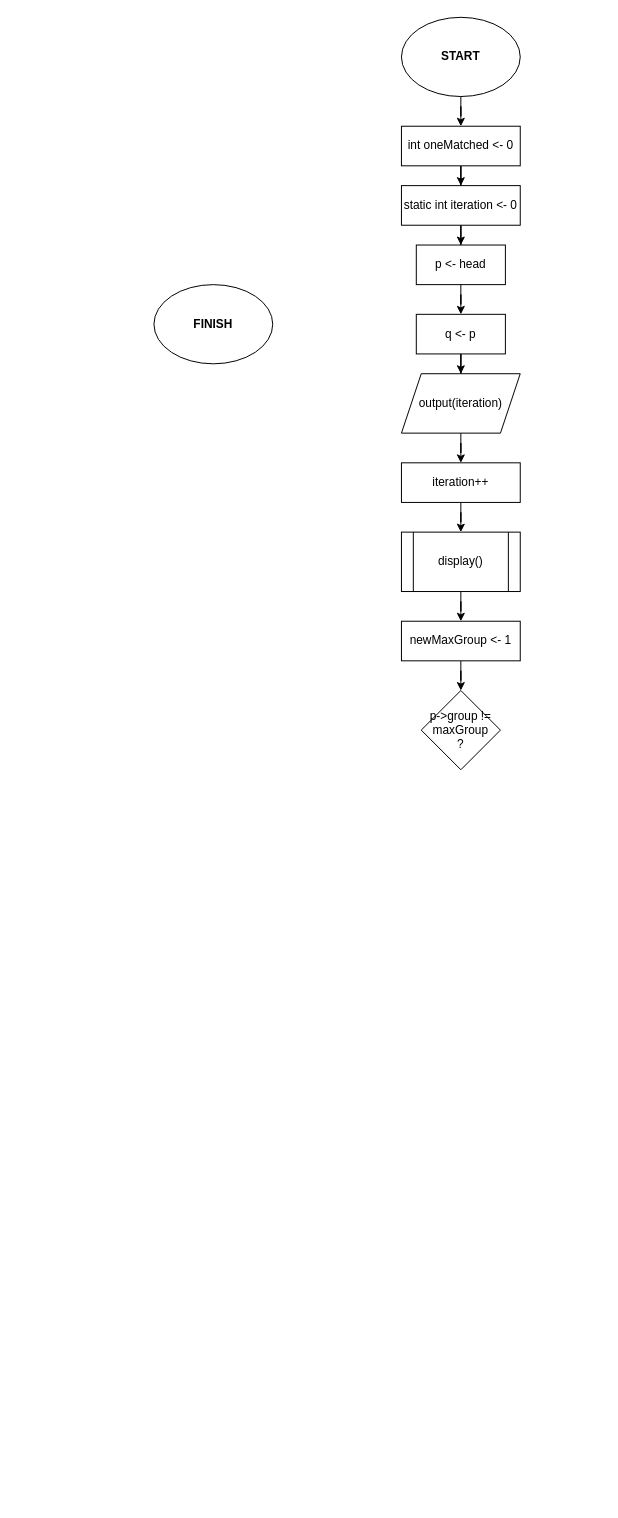
Above: dll/flowchart/pair.drawio in bostang/logicMinimization (draw.io), before the change. Source tidied: cells renumbered, new cells numbered last; positions are measured from the earlier drawing's top-left corner, leaving out a move shared by most shapes. Both pictures are drawn from the tidied source at 99%, with x=0, y=0 at pixel (153, 17).
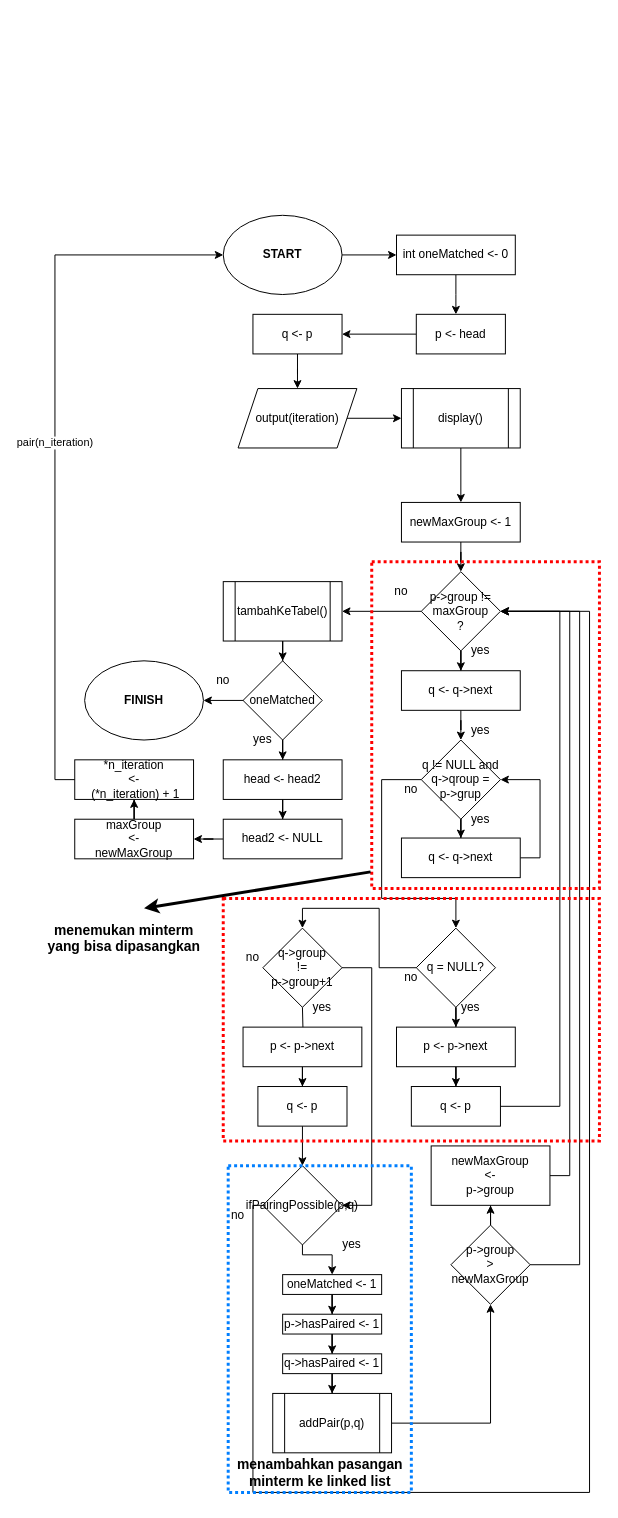
Above is the later version.

What changed in the source:
```diff
@@
     <mxCell id="3" value="&lt;b&gt;START&lt;/b&gt;" style="ellipse;whiteSpace=wrap;html=1;" parent="1" vertex="1">
-      <mxGeometry x="250" width="120" height="80" as="geometry" />
+      <mxGeometry x="70" y="200" width="120" height="80" as="geometry" />
     </mxCell>
     <mxCell id="4" value="&lt;b&gt;FINISH&lt;/b&gt;" style="ellipse;whiteSpace=wrap;html=1;" parent="1" vertex="1">
-      <mxGeometry y="270" width="120" height="80" as="geometry" />
+      <mxGeometry x="-70" y="650" width="120" height="80" as="geometry" />
     </mxCell>
-    <mxCell id="5" style="edgeStyle=orthogonalEdgeStyle;rounded=0;jettySize=auto;html=1;" parent="1" edge="1" source="6" target="8">
-      <mxGeometry relative="1" as="geometry" />
+    <mxCell id="5" style="edgeStyle=orthogonalEdgeStyle;rounded=0;jettySize=auto;html=1;" parent="1" edge="1" source="6">
+      <mxGeometry relative="1" as="geometry">
+        <mxPoint x="305" y="300" as="targetPoint" />
+      </mxGeometry>
     </mxCell>
     <mxCell id="6" value="int oneMatched &amp;lt;- 0" style="rounded=0;whiteSpace=wrap;html=1;" parent="1" vertex="1">
-      <mxGeometry x="250" y="110" width="120" height="40" as="geometry" />
+      <mxGeometry x="245" y="220" width="120" height="40" as="geometry" />
     </mxCell>
-    <mxCell id="7" style="edgeStyle=orthogonalEdgeStyle;rounded=0;jettySize=auto;html=1;" parent="1" edge="1" source="8" target="10">
-      <mxGeometry relative="1" as="geometry" />
-    </mxCell>
-    <mxCell id="8" value="static int iteration &amp;lt;- 0" style="rounded=0;whiteSpace=wrap;html=1;" parent="1" vertex="1">
-      <mxGeometry x="250" y="170" width="120" height="40" as="geometry" />
-    </mxCell>
@@
     <mxCell id="10" value="p &amp;lt;- head" style="rounded=0;whiteSpace=wrap;html=1;" parent="1" vertex="1">
-      <mxGeometry x="265" y="230" width="90" height="40" as="geometry" />
+      <mxGeometry x="265" y="300" width="90" height="40" as="geometry" />
     </mxCell>
@@
     <mxCell id="12" value="q &amp;lt;- p" style="rounded=0;whiteSpace=wrap;html=1;" parent="1" vertex="1">
-      <mxGeometry x="265" y="300" width="90" height="40" as="geometry" />
+      <mxGeometry x="100" y="300" width="90" height="40" as="geometry" />
     </mxCell>
-    <mxCell id="13" style="edgeStyle=orthogonalEdgeStyle;rounded=0;jettySize=auto;html=1;" parent="1" edge="1" source="14" target="16">
-      <mxGeometry relative="1" as="geometry" />
-    </mxCell>
+    <mxCell id="22" style="edgeStyle=orthogonalEdgeStyle;rounded=0;jettySize=auto;html=1;" parent="1" edge="1" source="14" target="18">
+      <mxGeometry relative="1" as="geometry" />
+    </mxCell>
     <mxCell id="14" value="output(iteration)" style="shape=parallelogram;perimeter=parallelogramPerimeter;whiteSpace=wrap;html=1;fixedSize=1;" parent="1" vertex="1">
-      <mxGeometry x="250" y="360" width="120" height="60" as="geometry" />
+      <mxGeometry x="85" y="375" width="120" height="60" as="geometry" />
     </mxCell>
-    <mxCell id="15" style="edgeStyle=orthogonalEdgeStyle;rounded=0;jettySize=auto;html=1;" parent="1" edge="1" source="16" target="18">
-      <mxGeometry relative="1" as="geometry" />
-    </mxCell>
-    <mxCell id="16" value="iteration++" style="rounded=0;whiteSpace=wrap;html=1;" parent="1" vertex="1">
-      <mxGeometry x="250" y="450" width="120" height="40" as="geometry" />
-    </mxCell>
@@
     <mxCell id="18" value="display()" style="shape=process;whiteSpace=wrap;html=1;backgroundOutline=1;" parent="1" vertex="1">
-      <mxGeometry x="250" y="520" width="120" height="60" as="geometry" />
+      <mxGeometry x="250" y="375" width="120" height="60" as="geometry" />
     </mxCell>
@@
     <mxCell id="20" value="newMaxGroup &amp;lt;- 1" style="rounded=0;whiteSpace=wrap;html=1;" parent="1" vertex="1">
-      <mxGeometry x="250" y="610" width="120" height="40" as="geometry" />
+      <mxGeometry x="250" y="490" width="120" height="40" as="geometry" />
     </mxCell>
+    <mxCell id="23" style="edgeStyle=orthogonalEdgeStyle;rounded=0;jettySize=auto;html=1;" parent="1" edge="1" source="21" target="26">
+      <mxGeometry relative="1" as="geometry" />
+    </mxCell>
+    <mxCell id="24" style="edgeStyle=orthogonalEdgeStyle;rounded=0;jettySize=auto;html=1;" parent="1" edge="1" source="21" target="69">
+      <mxGeometry relative="1" as="geometry" />
+    </mxCell>
     <mxCell id="21" value="p-&amp;gt;group !=&lt;br&gt;maxGroup&lt;br&gt;?" style="rhombus;whiteSpace=wrap;html=1;" parent="1" vertex="1">
-      <mxGeometry x="270" y="680" width="80" height="80" as="geometry" />
+      <mxGeometry x="270" y="560" width="80" height="80" as="geometry" />
     </mxCell>
+    <mxCell id="25" style="edgeStyle=orthogonalEdgeStyle;rounded=0;jettySize=auto;html=1;" parent="1" edge="1" source="26" target="29">
+      <mxGeometry relative="1" as="geometry" />
+    </mxCell>
+    <mxCell id="26" value="q &amp;lt;- q-&amp;gt;next" style="rounded=0;whiteSpace=wrap;html=1;" parent="1" vertex="1">
+      <mxGeometry x="250" y="660" width="120" height="40" as="geometry" />
+    </mxCell>
+    <mxCell id="27" style="edgeStyle=orthogonalEdgeStyle;rounded=0;jettySize=auto;html=1;" parent="1" edge="1" source="29" target="33">
+      <mxGeometry relative="1" as="geometry" />
+    </mxCell>
+    <mxCell id="28" style="edgeStyle=orthogonalEdgeStyle;rounded=0;jettySize=auto;html=1;exitX=0;exitY=0.5;exitDx=0;exitDy=0;" parent="1" edge="1" source="29" target="36">
+      <mxGeometry relative="1" as="geometry">
+        <Array as="points">
+          <mxPoint x="230" y="770" />
+          <mxPoint x="230" y="890" />
+          <mxPoint x="305" y="890" />
+        </Array>
+      </mxGeometry>
+    </mxCell>
+    <mxCell id="29" value="q != NULL and&lt;br&gt;q-&amp;gt;qroup = &lt;br&gt;p-&amp;gt;grup" style="rhombus;whiteSpace=wrap;html=1;" parent="1" vertex="1">
+      <mxGeometry x="270" y="730" width="80" height="80" as="geometry" />
+    </mxCell>
+    <mxCell id="30" value="yes" style="text;html=1;strokeColor=none;fillColor=none;align=center;verticalAlign=middle;whiteSpace=wrap;rounded=0;" parent="1" vertex="1">
+      <mxGeometry x="310" y="630" width="40" height="20" as="geometry" />
+    </mxCell>
+    <mxCell id="31" value="yes" style="text;html=1;strokeColor=none;fillColor=none;align=center;verticalAlign=middle;whiteSpace=wrap;rounded=0;" parent="1" vertex="1">
+      <mxGeometry x="310" y="710" width="40" height="20" as="geometry" />
+    </mxCell>
+    <mxCell id="32" style="edgeStyle=orthogonalEdgeStyle;rounded=0;jettySize=auto;html=1;exitX=1;exitY=0.5;exitDx=0;exitDy=0;entryX=1;entryY=0.5;entryDx=0;entryDy=0;" parent="1" edge="1" source="33" target="29">
+      <mxGeometry relative="1" as="geometry" />
+    </mxCell>
+    <mxCell id="33" value="q &amp;lt;- q-&amp;gt;next" style="rounded=0;whiteSpace=wrap;html=1;" parent="1" vertex="1">
+      <mxGeometry x="250" y="829" width="120" height="40" as="geometry" />
+    </mxCell>
+    <mxCell id="34" style="edgeStyle=orthogonalEdgeStyle;rounded=0;jettySize=auto;html=1;" parent="1" edge="1" source="36" target="38">
+      <mxGeometry relative="1" as="geometry" />
+    </mxCell>
+    <mxCell id="35" style="edgeStyle=orthogonalEdgeStyle;rounded=0;jettySize=auto;html=1;entryX=0.5;entryY=0;entryDx=0;entryDy=0;" parent="1" edge="1" source="36" target="42">
+      <mxGeometry relative="1" as="geometry" />
+    </mxCell>
+    <mxCell id="36" value="q = NULL?" style="rhombus;whiteSpace=wrap;html=1;" parent="1" vertex="1">
+      <mxGeometry x="265" y="920" width="80" height="80" as="geometry" />
+    </mxCell>
+    <mxCell id="37" style="edgeStyle=orthogonalEdgeStyle;rounded=0;jettySize=auto;html=1;" parent="1" edge="1" source="38" target="40">
+      <mxGeometry relative="1" as="geometry" />
+    </mxCell>
+    <mxCell id="38" value="p &amp;lt;- p-&amp;gt;next" style="rounded=0;whiteSpace=wrap;html=1;" parent="1" vertex="1">
+      <mxGeometry x="245" y="1020" width="120" height="40" as="geometry" />
+    </mxCell>
+    <mxCell id="39" style="edgeStyle=orthogonalEdgeStyle;rounded=0;jettySize=auto;html=1;exitX=1;exitY=0.5;exitDx=0;exitDy=0;entryX=1;entryY=0.5;entryDx=0;entryDy=0;" parent="1" edge="1" source="40" target="21">
+      <mxGeometry relative="1" as="geometry">
+        <Array as="points">
+          <mxPoint x="410" y="1100" />
+          <mxPoint x="410" y="600" />
+        </Array>
+      </mxGeometry>
+    </mxCell>
+    <mxCell id="40" value="q &amp;lt;- p" style="rounded=0;whiteSpace=wrap;html=1;" parent="1" vertex="1">
+      <mxGeometry x="260" y="1080" width="90" height="40" as="geometry" />
+    </mxCell>
+    <mxCell id="41" style="edgeStyle=orthogonalEdgeStyle;rounded=0;jettySize=auto;html=1;exitX=1;exitY=0.5;exitDx=0;exitDy=0;entryX=1;entryY=0.5;entryDx=0;entryDy=0;" parent="1" edge="1" source="42" target="50">
+      <mxGeometry relative="1" as="geometry">
+        <Array as="points">
+          <mxPoint x="220" y="960" />
+          <mxPoint x="220" y="1200" />
+        </Array>
+      </mxGeometry>
+    </mxCell>
+    <mxCell id="42" value="q-&amp;gt;group&lt;br&gt;!=&lt;br&gt;p-&amp;gt;group+1" style="rhombus;whiteSpace=wrap;html=1;" parent="1" vertex="1">
+      <mxGeometry x="110" y="920" width="80" height="80" as="geometry" />
+    </mxCell>
+    <mxCell id="43" style="edgeStyle=orthogonalEdgeStyle;rounded=0;jettySize=auto;html=1;" parent="1" edge="1" target="45">
+      <mxGeometry relative="1" as="geometry">
+        <mxPoint x="150" y="1000" as="sourcePoint" />
+      </mxGeometry>
+    </mxCell>
+    <mxCell id="44" style="edgeStyle=orthogonalEdgeStyle;rounded=0;jettySize=auto;html=1;" parent="1" edge="1" source="45" target="47">
+      <mxGeometry relative="1" as="geometry" />
+    </mxCell>
+    <mxCell id="45" value="p &amp;lt;- p-&amp;gt;next" style="rounded=0;whiteSpace=wrap;html=1;" parent="1" vertex="1">
+      <mxGeometry x="90" y="1020" width="120" height="40" as="geometry" />
+    </mxCell>
+    <mxCell id="46" style="edgeStyle=orthogonalEdgeStyle;rounded=0;jettySize=auto;html=1;" parent="1" edge="1" source="47" target="50">
+      <mxGeometry relative="1" as="geometry" />
+    </mxCell>
+    <mxCell id="47" value="q &amp;lt;- p" style="rounded=0;whiteSpace=wrap;html=1;" parent="1" vertex="1">
+      <mxGeometry x="105" y="1080" width="90" height="40" as="geometry" />
+    </mxCell>
+    <mxCell id="48" style="edgeStyle=orthogonalEdgeStyle;rounded=0;jettySize=auto;html=1;" parent="1" edge="1" source="50" target="52">
+      <mxGeometry relative="1" as="geometry">
+        <Array as="points">
+          <mxPoint x="150" y="1250" />
+          <mxPoint x="180" y="1250" />
+        </Array>
+      </mxGeometry>
+    </mxCell>
+    <mxCell id="49" style="edgeStyle=orthogonalEdgeStyle;rounded=0;jettySize=auto;html=1;entryX=1;entryY=0.5;entryDx=0;entryDy=0;" parent="1" edge="1" target="21">
+      <mxGeometry relative="1" as="geometry">
+        <mxPoint x="110" y="1200" as="sourcePoint" />
+        <Array as="points">
+          <mxPoint x="100" y="1200" />
+          <mxPoint x="100" y="1490" />
+          <mxPoint x="440" y="1490" />
+          <mxPoint x="440" y="600" />
+        </Array>
+      </mxGeometry>
+    </mxCell>
+    <mxCell id="50" value="ifPairingPossible(p,q)" style="rhombus;whiteSpace=wrap;html=1;" parent="1" vertex="1">
+      <mxGeometry x="110" y="1160" width="80" height="80" as="geometry" />
+    </mxCell>
+    <mxCell id="51" style="edgeStyle=orthogonalEdgeStyle;rounded=0;jettySize=auto;html=1;" parent="1" edge="1" source="52" target="54">
+      <mxGeometry relative="1" as="geometry" />
+    </mxCell>
+    <mxCell id="52" value="oneMatched &amp;lt;- 1" style="rounded=0;whiteSpace=wrap;html=1;" parent="1" vertex="1">
+      <mxGeometry x="130" y="1270" width="100" height="20" as="geometry" />
+    </mxCell>
+    <mxCell id="53" style="edgeStyle=orthogonalEdgeStyle;rounded=0;jettySize=auto;html=1;" parent="1" edge="1" source="54" target="56">
+      <mxGeometry relative="1" as="geometry" />
+    </mxCell>
+    <mxCell id="54" value="p-&amp;gt;hasPaired &amp;lt;- 1" style="rounded=0;whiteSpace=wrap;html=1;" parent="1" vertex="1">
+      <mxGeometry x="130" y="1310" width="100" height="20" as="geometry" />
+    </mxCell>
+    <mxCell id="55" style="edgeStyle=orthogonalEdgeStyle;rounded=0;jettySize=auto;html=1;" parent="1" edge="1" source="56" target="58">
+      <mxGeometry relative="1" as="geometry" />
+    </mxCell>
+    <mxCell id="56" value="q-&amp;gt;hasPaired &amp;lt;- 1" style="rounded=0;whiteSpace=wrap;html=1;" parent="1" vertex="1">
+      <mxGeometry x="130" y="1350" width="100" height="20" as="geometry" />
+    </mxCell>
+    <mxCell id="57" style="edgeStyle=orthogonalEdgeStyle;rounded=0;jettySize=auto;html=1;" parent="1" edge="1" source="58" target="61">
+      <mxGeometry relative="1" as="geometry" />
+    </mxCell>
+    <mxCell id="58" value="addPair(p,q)" style="shape=process;whiteSpace=wrap;html=1;backgroundOutline=1;" parent="1" vertex="1">
+      <mxGeometry x="120" y="1390" width="120" height="60" as="geometry" />
+    </mxCell>
+    <mxCell id="59" style="edgeStyle=orthogonalEdgeStyle;rounded=0;jettySize=auto;html=1;" parent="1" edge="1" source="61" target="63">
+      <mxGeometry relative="1" as="geometry" />
+    </mxCell>
+    <mxCell id="60" style="edgeStyle=orthogonalEdgeStyle;rounded=0;jettySize=auto;html=1;exitX=1;exitY=0.5;exitDx=0;exitDy=0;entryX=1;entryY=0.5;entryDx=0;entryDy=0;" parent="1" edge="1" source="61" target="21">
+      <mxGeometry relative="1" as="geometry">
+        <Array as="points">
+          <mxPoint x="430" y="1260" />
+          <mxPoint x="430" y="600" />
+        </Array>
+      </mxGeometry>
+    </mxCell>
+    <mxCell id="61" value="p-&amp;gt;group&lt;br&gt;&amp;gt;&lt;br&gt;newMaxGroup" style="rhombus;whiteSpace=wrap;html=1;" parent="1" vertex="1">
+      <mxGeometry x="300" y="1220" width="80" height="80" as="geometry" />
+    </mxCell>
+    <mxCell id="62" style="edgeStyle=orthogonalEdgeStyle;rounded=0;jettySize=auto;html=1;exitX=1;exitY=0.5;exitDx=0;exitDy=0;entryX=1;entryY=0.5;entryDx=0;entryDy=0;" parent="1" edge="1" source="63" target="21">
+      <mxGeometry relative="1" as="geometry" />
+    </mxCell>
+    <mxCell id="63" value="newMaxGroup&lt;br&gt;&amp;lt;- &lt;br&gt;p-&amp;gt;group" style="whiteSpace=wrap;html=1;" parent="1" vertex="1">
+      <mxGeometry x="280" y="1140" width="120" height="60" as="geometry" />
+    </mxCell>
+    <mxCell id="64" value="yes" style="text;html=1;strokeColor=none;fillColor=none;align=center;verticalAlign=middle;whiteSpace=wrap;rounded=0;" parent="1" vertex="1">
+      <mxGeometry x="310" y="800" width="40" height="20" as="geometry" />
+    </mxCell>
+    <mxCell id="65" value="no" style="text;html=1;strokeColor=none;fillColor=none;align=center;verticalAlign=middle;whiteSpace=wrap;rounded=0;" parent="1" vertex="1">
+      <mxGeometry x="240" y="770" width="40" height="20" as="geometry" />
+    </mxCell>
+    <mxCell id="66" value="no" style="text;html=1;strokeColor=none;fillColor=none;align=center;verticalAlign=middle;whiteSpace=wrap;rounded=0;" parent="1" vertex="1">
+      <mxGeometry x="240" y="960" width="40" height="20" as="geometry" />
+    </mxCell>
+    <mxCell id="67" value="yes" style="text;html=1;strokeColor=none;fillColor=none;align=center;verticalAlign=middle;whiteSpace=wrap;rounded=0;" parent="1" vertex="1">
+      <mxGeometry x="300" y="990" width="40" height="20" as="geometry" />
+    </mxCell>
+    <mxCell id="68" style="edgeStyle=orthogonalEdgeStyle;rounded=0;jettySize=auto;html=1;" parent="1" edge="1" source="69" target="72">
+      <mxGeometry relative="1" as="geometry" />
+    </mxCell>
+    <mxCell id="69" value="tambahKeTabel()" style="shape=process;whiteSpace=wrap;html=1;backgroundOutline=1;" parent="1" vertex="1">
+      <mxGeometry x="70" y="570" width="120" height="60" as="geometry" />
+    </mxCell>
+    <mxCell id="70" style="edgeStyle=orthogonalEdgeStyle;rounded=0;jettySize=auto;html=1;" parent="1" edge="1" source="72" target="74">
+      <mxGeometry relative="1" as="geometry" />
+    </mxCell>
+    <mxCell id="71" style="edgeStyle=orthogonalEdgeStyle;rounded=0;jettySize=auto;html=1;" parent="1" edge="1" source="72" target="4">
+      <mxGeometry relative="1" as="geometry" />
+    </mxCell>
+    <mxCell id="72" value="oneMatched" style="rhombus;whiteSpace=wrap;html=1;" parent="1" vertex="1">
+      <mxGeometry x="90" y="650" width="80" height="80" as="geometry" />
+    </mxCell>
+    <mxCell id="73" style="edgeStyle=orthogonalEdgeStyle;rounded=0;jettySize=auto;html=1;" parent="1" edge="1" source="74" target="76">
+      <mxGeometry relative="1" as="geometry" />
+    </mxCell>
+    <mxCell id="74" value="head &amp;lt;- head2" style="rounded=0;whiteSpace=wrap;html=1;" parent="1" vertex="1">
+      <mxGeometry x="70" y="750" width="120" height="40" as="geometry" />
+    </mxCell>
+    <mxCell id="75" style="edgeStyle=orthogonalEdgeStyle;rounded=0;jettySize=auto;html=1;" parent="1" edge="1" source="76" target="78">
+      <mxGeometry relative="1" as="geometry" />
+    </mxCell>
+    <mxCell id="76" value="head2 &amp;lt;- NULL" style="rounded=0;whiteSpace=wrap;html=1;" parent="1" vertex="1">
+      <mxGeometry x="70" y="810" width="120" height="40" as="geometry" />
+    </mxCell>
+    <mxCell id="77" style="edgeStyle=orthogonalEdgeStyle;rounded=0;jettySize=auto;html=1;" parent="1" edge="1" source="78" target="79">
+      <mxGeometry relative="1" as="geometry" />
+    </mxCell>
+    <mxCell id="78" value="maxGroup&lt;br&gt;&amp;lt;-&lt;br&gt;newMaxGroup" style="rounded=0;whiteSpace=wrap;html=1;" parent="1" vertex="1">
+      <mxGeometry x="-80" y="810" width="120" height="40" as="geometry" />
+    </mxCell>
+    <mxCell id="79" value="*n_iteration&lt;br&gt;&amp;lt;-&lt;br&gt;&amp;nbsp;(*n_iteration) + 1" style="rounded=0;whiteSpace=wrap;html=1;" parent="1" vertex="1">
+      <mxGeometry x="-80" y="750" width="120" height="40" as="geometry" />
+    </mxCell>
+    <mxCell id="80" value="no" style="text;html=1;strokeColor=none;fillColor=none;align=center;verticalAlign=middle;whiteSpace=wrap;rounded=0;" parent="1" vertex="1">
+      <mxGeometry x="50" y="660" width="40" height="20" as="geometry" />
+    </mxCell>
+    <mxCell id="81" value="yes" style="text;html=1;strokeColor=none;fillColor=none;align=center;verticalAlign=middle;whiteSpace=wrap;rounded=0;" parent="1" vertex="1">
+      <mxGeometry x="90" y="720" width="40" height="20" as="geometry" />
+    </mxCell>
+    <mxCell id="82" value="pair(n_iteration)" style="edgeStyle=orthogonalEdgeStyle;rounded=0;jettySize=auto;html=1;exitX=0;exitY=0.5;exitDx=0;exitDy=0;entryX=0;entryY=0.5;entryDx=0;entryDy=0;" parent="1" edge="1" source="79" target="3">
+      <mxGeometry relative="1" as="geometry" />
+    </mxCell>
+    <mxCell id="83" value="no" style="text;html=1;strokeColor=none;fillColor=none;align=center;verticalAlign=middle;whiteSpace=wrap;rounded=0;" parent="1" vertex="1">
+      <mxGeometry x="230" y="570" width="40" height="20" as="geometry" />
+    </mxCell>
+    <mxCell id="84" value="yes" style="text;html=1;strokeColor=none;fillColor=none;align=center;verticalAlign=middle;whiteSpace=wrap;rounded=0;" parent="1" vertex="1">
+      <mxGeometry x="150" y="990" width="40" height="20" as="geometry" />
+    </mxCell>
+    <mxCell id="85" value="no" style="text;html=1;strokeColor=none;fillColor=none;align=center;verticalAlign=middle;whiteSpace=wrap;rounded=0;" parent="1" vertex="1">
+      <mxGeometry x="80" y="940" width="40" height="20" as="geometry" />
+    </mxCell>
+    <mxCell id="86" value="yes" style="text;html=1;strokeColor=none;fillColor=none;align=center;verticalAlign=middle;whiteSpace=wrap;rounded=0;" parent="1" vertex="1">
+      <mxGeometry x="180" y="1230" width="40" height="20" as="geometry" />
+    </mxCell>
+    <mxCell id="87" value="no" style="text;html=1;strokeColor=none;fillColor=none;align=center;verticalAlign=middle;whiteSpace=wrap;rounded=0;" parent="1" vertex="1">
+      <mxGeometry x="65" y="1200" width="40" height="20" as="geometry" />
+    </mxCell>
+    <mxCell id="88" style="rounded=0;whiteSpace=wrap;html=1;dashed=1;dashPattern=1 1;strokeColor=#007FFF;strokeWidth=3;fillColor=none;" parent="1" vertex="1">
+      <mxGeometry x="75" y="1160" width="185" height="330" as="geometry" />
+    </mxCell>
+    <mxCell id="89" value="&lt;font style=&quot;font-size: 14px&quot;&gt;&lt;b&gt;menambahkan pasangan minterm ke linked list&lt;/b&gt;&lt;/font&gt;" style="text;html=1;strokeColor=none;fillColor=none;align=center;verticalAlign=middle;whiteSpace=wrap;rounded=0;dashed=1;dashPattern=1 1;" parent="1" vertex="1">
+      <mxGeometry x="72.5" y="1460" width="190" height="20" as="geometry" />
+    </mxCell>
+    <mxCell id="90" style="rounded=0;whiteSpace=wrap;html=1;dashed=1;dashPattern=1 1;strokeWidth=3;fillColor=none;strokeColor=#FF0000;" parent="1" vertex="1">
+      <mxGeometry x="70" y="890" width="380" height="245" as="geometry" />
+    </mxCell>
+    <mxCell id="91" style="rounded=0;whiteSpace=wrap;html=1;dashed=1;dashPattern=1 1;strokeWidth=3;fillColor=none;strokeColor=#FF0000;" parent="1" vertex="1">
+      <mxGeometry x="220" y="550" width="230" height="330" as="geometry" />
+    </mxCell>
+    <mxCell id="92" style="endArrow=classic;html=1;exitX=-0.005;exitY=0.949;exitDx=0;exitDy=0;exitPerimeter=0;strokeWidth=3;" parent="1" edge="1" source="91">
+      <mxGeometry relative="1" as="geometry">
+        <mxPoint x="-10" y="900" as="targetPoint" />
+      </mxGeometry>
+    </mxCell>
+    <mxCell id="93" value="&lt;font style=&quot;font-size: 14px&quot;&gt;&lt;b&gt;menemukan minterm&lt;br&gt;yang bisa dipasangkan&lt;br&gt;&lt;/b&gt;&lt;/font&gt;" style="text;html=1;strokeColor=none;fillColor=none;align=center;verticalAlign=middle;whiteSpace=wrap;rounded=0;dashed=1;dashPattern=1 1;" parent="1" vertex="1">
+      <mxGeometry x="-125" y="920" width="190" height="20" as="geometry" />
+    </mxCell>
```
